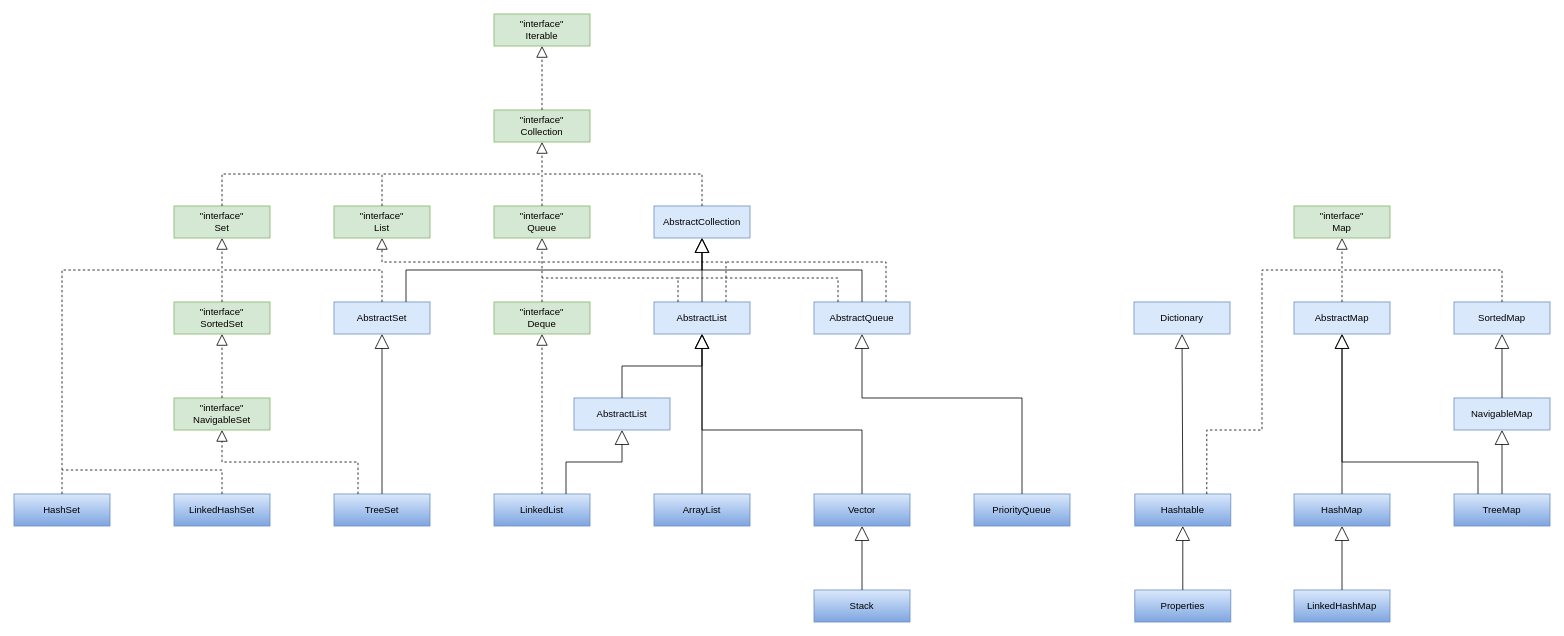
This is Диаграмма без названия.drawio from NikitaFoshch/UML, a draw.io file, before an edit. Source tidied: cells renumbered, new cells numbered last; positions are measured from the earlier drawing's top-left corner, leaving out a move shared by most shapes. Both pictures are drawn from the tidied source at 80%, with x=0, y=0 at pixel (14, 14).
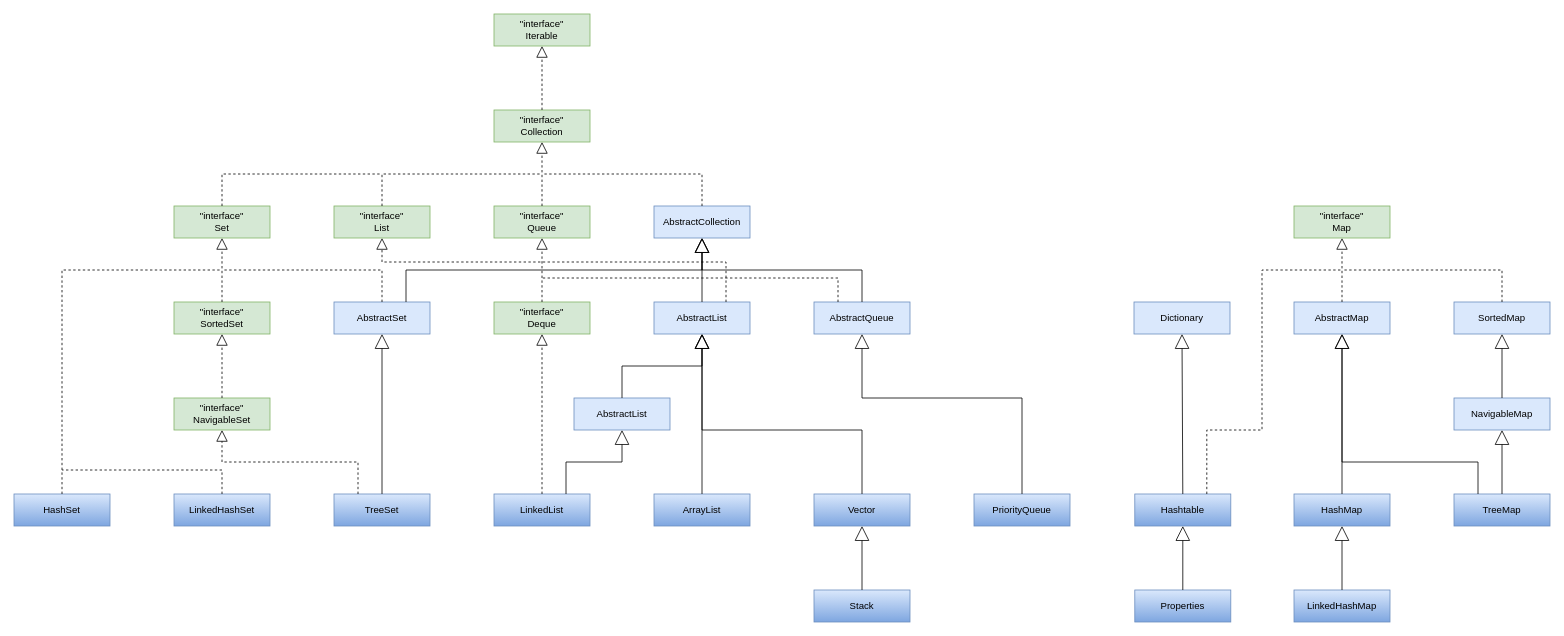
After the change.

Unchanged cells that the change refers to:
```xml
<mxCell id="12" value="AbstractList" style="rounded=0;whiteSpace=wrap;html=1;fillColor=#dae8fc;strokeColor=#6c8ebf;" parent="1" vertex="1">
  <mxGeometry x="800" y="360" width="120" height="40" as="geometry" />
</mxCell>
<mxCell id="13" value="AbstractQueue" style="rounded=0;whiteSpace=wrap;html=1;fillColor=#dae8fc;strokeColor=#6c8ebf;" parent="1" vertex="1">
  <mxGeometry x="1000" y="360" width="120" height="40" as="geometry" />
</mxCell>
```

The edit, as a diff of the source:
```diff
@@
-    <mxCell id="47" style="endArrow=none;dashed=1;html=1;rounded=0;exitX=0.75;exitY=0;exitDx=0;exitDy=0;" parent="1" edge="1" source="13">
-      <mxGeometry relative="1" as="geometry">
-        <mxPoint x="890" y="310" as="targetPoint" />
-        <Array as="points">
-          <mxPoint x="1090" y="310" />
-        </Array>
-      </mxGeometry>
-    </mxCell>
-    <mxCell id="48" style="endArrow=none;dashed=1;html=1;rounded=0;exitX=0.25;exitY=0;exitDx=0;exitDy=0;" parent="1" edge="1" source="12">
-      <mxGeometry relative="1" as="geometry">
-        <mxPoint x="660" y="330" as="targetPoint" />
-        <Array as="points">
-          <mxPoint x="830" y="330" />
-        </Array>
-      </mxGeometry>
-    </mxCell>
     <mxCell id="49" style="endArrow=none;dashed=1;html=1;rounded=0;exitX=0.25;exitY=0;exitDx=0;exitDy=0;" parent="1" edge="1" source="13">
       <mxGeometry relative="1" as="geometry">
-        <mxPoint x="830" y="330" as="targetPoint" />
+        <mxPoint x="660" y="330" as="targetPoint" />
         <Array as="points">
           <mxPoint x="1030" y="330" />
         </Array>
       </mxGeometry>
     </mxCell>
```
